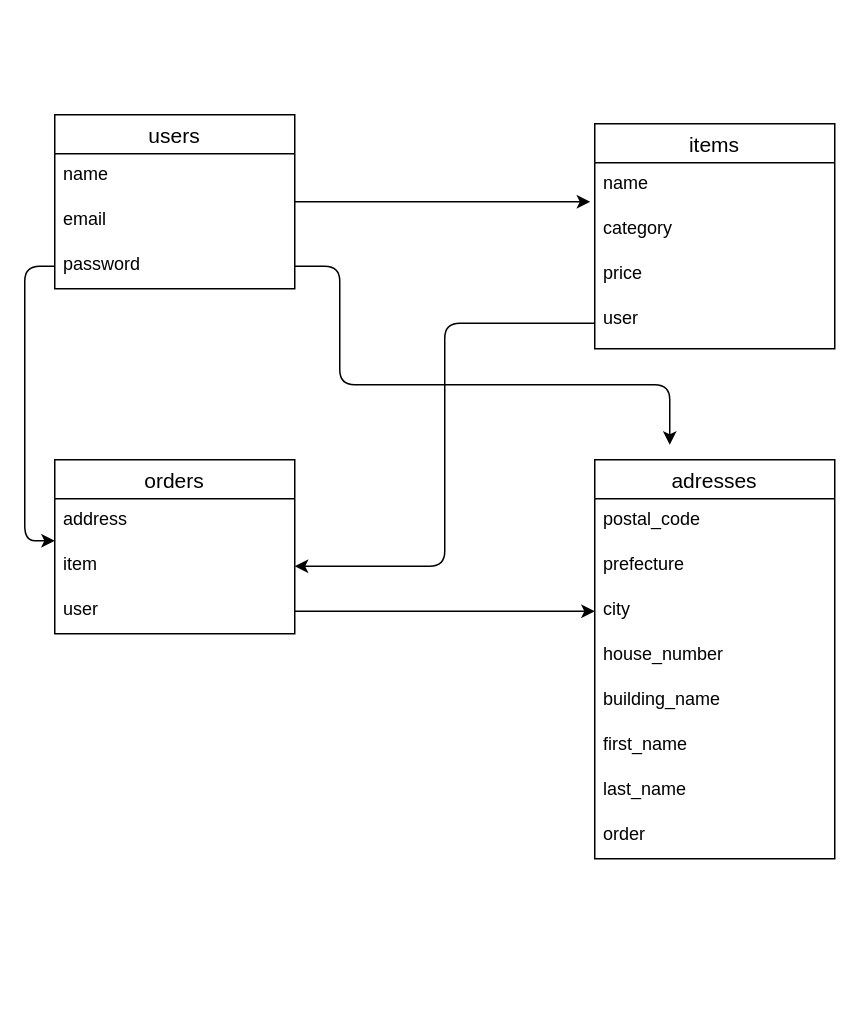
Earlier version of the draw.io diagram furima.dio (wiz-program/furima-39372). Source tidied: cells renumbered, new cells numbered last; positions are measured from the earlier drawing's top-left corner, leaving out a move shared by most shapes. Both pictures are drawn from the tidied source at 150%, with x=0, y=0 at pixel (24, 114).
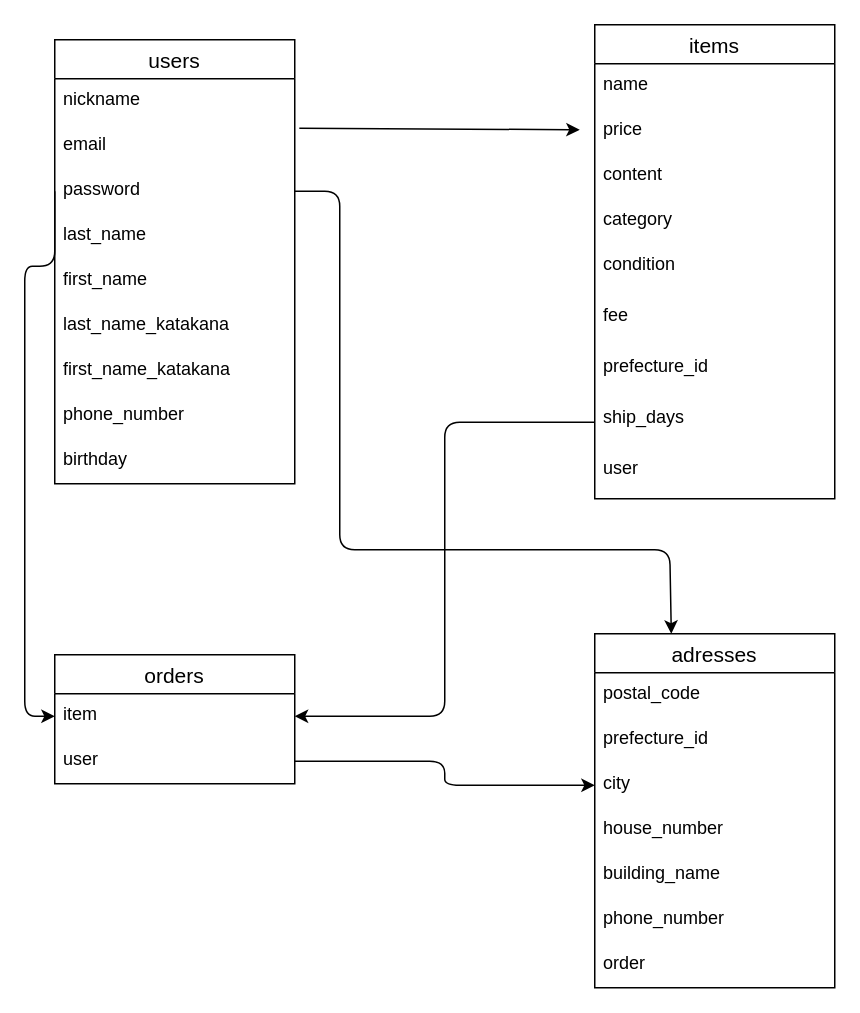
The same page after the edit.

Commit message (it also covers changes not shown here):
データベース設計(修正)

#What
ER図とREADME作成

#Why
データベース設計に誤りがないようにするため

＃GyazoのURL

https://gyazo.com/e273b291c000337dd43e94044e5f1ac3

addressesテーブルの注文履歴がordersから参照で合っているかが不安なので、その部分の添削についての言及もお願いします。

よろしくお願いします

The change refers to these unchanged cells:
```xml
<mxCell id="5" value="email" style="text;strokeColor=none;fillColor=none;spacingLeft=4;spacingRight=4;overflow=hidden;points=[[0,0.5],[1,0.5]];portConstraint=eastwest;fontSize=12;" parent="3" vertex="1">
  <mxGeometry y="56" width="160" height="30" as="geometry" />
</mxCell>
<mxCell id="6" value="password" style="text;strokeColor=none;fillColor=none;spacingLeft=4;spacingRight=4;overflow=hidden;points=[[0,0.5],[1,0.5]];portConstraint=eastwest;fontSize=12;" parent="3" vertex="1">
  <mxGeometry y="86" width="160" height="30" as="geometry" />
</mxCell>
<mxCell id="8" value="name" style="text;strokeColor=none;fillColor=none;spacingLeft=4;spacingRight=4;overflow=hidden;points=[[0,0.5],[1,0.5]];portConstraint=eastwest;fontSize=12;" parent="7" vertex="1">
  <mxGeometry y="26" width="160" height="30" as="geometry" />
</mxCell>
```

Change to the diagram source:
```diff
@@
-    <mxCell id="2" style="edgeStyle=none;html=1;entryX=-0.019;entryY=0.867;entryDx=0;entryDy=0;entryPerimeter=0;" parent="1" edge="1" source="3" target="8">
-      <mxGeometry relative="1" as="geometry" />
+    <mxCell id="2" style="edgeStyle=none;html=1;exitX=1.019;exitY=0.1;exitDx=0;exitDy=0;exitPerimeter=0;" parent="1" edge="1" source="5">
+      <mxGeometry relative="1" as="geometry">
+        <mxPoint x="370" y="10" as="targetPoint" />
+      </mxGeometry>
     </mxCell>
     <mxCell id="3" value="users" style="swimlane;fontStyle=0;horizontal=1;startSize=26;align=center;fontSize=14;" parent="1" vertex="1">
-      <mxGeometry x="20" width="160" height="116" as="geometry" />
+      <mxGeometry x="20" y="-50" width="160" height="296" as="geometry" />
     </mxCell>
-    <mxCell id="4" value="name" style="text;strokeColor=none;fillColor=none;spacingLeft=4;spacingRight=4;overflow=hidden;fontSize=12;" parent="3" vertex="1">
+    <mxCell id="4" value="nickname" style="text;strokeColor=none;fillColor=none;spacingLeft=4;spacingRight=4;overflow=hidden;fontSize=12;" parent="3" vertex="1">
       <mxGeometry y="26" width="160" height="30" as="geometry" />
     </mxCell>
@@
+    <mxCell id="23" value="last_name" style="text;strokeColor=none;fillColor=none;spacingLeft=4;spacingRight=4;overflow=hidden;fontSize=12;" parent="3" vertex="1">
+      <mxGeometry y="116" width="160" height="30" as="geometry" />
+    </mxCell>
+    <mxCell id="22" value="first_name" style="text;strokeColor=none;fillColor=none;spacingLeft=4;spacingRight=4;overflow=hidden;fontSize=12;" parent="3" vertex="1">
+      <mxGeometry y="146" width="160" height="30" as="geometry" />
+    </mxCell>
+    <mxCell id="29" value="last_name_katakana" style="text;strokeColor=none;fillColor=none;spacingLeft=4;spacingRight=4;overflow=hidden;fontSize=12;" parent="3" vertex="1">
+      <mxGeometry y="176" width="160" height="30" as="geometry" />
+    </mxCell>
+    <mxCell id="30" value="first_name_katakana" style="text;strokeColor=none;fillColor=none;spacingLeft=4;spacingRight=4;overflow=hidden;fontSize=12;" parent="3" vertex="1">
+      <mxGeometry y="206" width="160" height="30" as="geometry" />
+    </mxCell>
+    <mxCell id="31" value="phone_number" style="text;strokeColor=none;fillColor=none;spacingLeft=4;spacingRight=4;overflow=hidden;fontSize=12;" parent="3" vertex="1">
+      <mxGeometry y="236" width="160" height="30" as="geometry" />
+    </mxCell>
+    <mxCell id="32" value="birthday" style="text;strokeColor=none;fillColor=none;spacingLeft=4;spacingRight=4;overflow=hidden;fontSize=12;" parent="3" vertex="1">
+      <mxGeometry y="266" width="160" height="30" as="geometry" />
+    </mxCell>
     <mxCell id="7" value="items" style="swimlane;fontStyle=0;horizontal=1;startSize=26;align=center;fontSize=14;" parent="1" vertex="1">
-      <mxGeometry x="380" y="6" width="160" height="150" as="geometry" />
+      <mxGeometry x="380" y="-60" width="160" height="316" as="geometry" />
     </mxCell>
@@
+    <mxCell id="10" value="price" style="text;strokeColor=none;fillColor=none;spacingLeft=4;spacingRight=4;overflow=hidden;fontSize=12;" parent="7" vertex="1">
+      <mxGeometry y="56" width="160" height="30" as="geometry" />
+    </mxCell>
+    <mxCell id="33" value="content" style="text;strokeColor=none;fillColor=none;spacingLeft=4;spacingRight=4;overflow=hidden;fontSize=12;" parent="7" vertex="1">
+      <mxGeometry y="86" width="160" height="30" as="geometry" />
+    </mxCell>
     <mxCell id="9" value="category" style="text;strokeColor=none;fillColor=none;spacingLeft=4;spacingRight=4;overflow=hidden;fontSize=12;" parent="7" vertex="1">
-      <mxGeometry y="56" width="160" height="30" as="geometry" />
+      <mxGeometry y="116" width="160" height="30" as="geometry" />
     </mxCell>
-    <mxCell id="10" value="price" style="text;strokeColor=none;fillColor=none;spacingLeft=4;spacingRight=4;overflow=hidden;fontSize=12;" parent="7" vertex="1">
-      <mxGeometry y="86" width="160" height="30" as="geometry" />
-    </mxCell>
+    <mxCell id="34" value="condition" style="text;strokeColor=none;fillColor=none;spacingLeft=4;spacingRight=4;overflow=hidden;fontSize=12;" parent="7" vertex="1">
+      <mxGeometry y="146" width="160" height="34" as="geometry" />
+    </mxCell>
+    <mxCell id="35" value="fee" style="text;strokeColor=none;fillColor=none;spacingLeft=4;spacingRight=4;overflow=hidden;fontSize=12;" parent="7" vertex="1">
+      <mxGeometry y="180" width="160" height="34" as="geometry" />
+    </mxCell>
+    <mxCell id="36" value="prefecture_id" style="text;strokeColor=none;fillColor=none;spacingLeft=4;spacingRight=4;overflow=hidden;fontSize=12;" parent="7" vertex="1">
+      <mxGeometry y="214" width="160" height="34" as="geometry" />
+    </mxCell>
+    <mxCell id="37" value="ship_days" style="text;strokeColor=none;fillColor=none;spacingLeft=4;spacingRight=4;overflow=hidden;points=[[0,0.5],[1,0.5]];portConstraint=eastwest;fontSize=12;" parent="7" vertex="1">
+      <mxGeometry y="248" width="160" height="34" as="geometry" />
+    </mxCell>
     <mxCell id="11" value="user" style="text;strokeColor=none;fillColor=none;spacingLeft=4;spacingRight=4;overflow=hidden;points=[[0,0.5],[1,0.5]];portConstraint=eastwest;fontSize=12;" parent="7" vertex="1">
-      <mxGeometry y="116" width="160" height="34" as="geometry" />
+      <mxGeometry y="282" width="160" height="34" as="geometry" />
     </mxCell>
     <mxCell id="12" value="orders" style="swimlane;fontStyle=0;horizontal=1;startSize=26;align=center;fontSize=14;" parent="1" vertex="1">
-      <mxGeometry x="20" y="230" width="160" height="116" as="geometry" />
+      <mxGeometry x="20" y="360" width="160" height="86" as="geometry" />
     </mxCell>
-    <mxCell id="13" value="address" style="text;strokeColor=none;fillColor=none;spacingLeft=4;spacingRight=4;overflow=hidden;points=[[0,0.5],[1,0.5]];portConstraint=eastwest;fontSize=12;" parent="12" vertex="1">
-      <mxGeometry y="26" width="160" height="30" as="geometry" />
-    </mxCell>
     <mxCell id="14" value="item" style="text;strokeColor=none;fillColor=none;spacingLeft=4;spacingRight=4;overflow=hidden;points=[[0,0.5],[1,0.5]];portConstraint=eastwest;fontSize=12;" parent="12" vertex="1">
-      <mxGeometry y="56" width="160" height="30" as="geometry" />
+      <mxGeometry y="26" width="160" height="30" as="geometry" />
     </mxCell>
     <mxCell id="15" value="user" style="text;strokeColor=none;fillColor=none;spacingLeft=4;spacingRight=4;overflow=hidden;points=[[0,0.5],[1,0.5]];portConstraint=eastwest;fontSize=12;" parent="12" vertex="1">
-      <mxGeometry y="86" width="160" height="30" as="geometry" />
+      <mxGeometry y="56" width="160" height="30" as="geometry" />
     </mxCell>
     <mxCell id="16" value="adresses" style="swimlane;fontStyle=0;horizontal=1;startSize=26;align=center;fontSize=14;" parent="1" vertex="1">
-      <mxGeometry x="380" y="230" width="160" height="266" as="geometry" />
+      <mxGeometry x="380" y="346" width="160" height="236" as="geometry" />
     </mxCell>
@@
-    <mxCell id="18" value="prefecture" style="text;strokeColor=none;fillColor=none;spacingLeft=4;spacingRight=4;overflow=hidden;fontSize=12;" parent="16" vertex="1">
+    <mxCell id="18" value="prefecture_id" style="text;strokeColor=none;fillColor=none;spacingLeft=4;spacingRight=4;overflow=hidden;fontSize=12;" parent="16" vertex="1">
       <mxGeometry y="56" width="160" height="30" as="geometry" />
     </mxCell>
@@
-    <mxCell id="22" value="first_name" style="text;strokeColor=none;fillColor=none;spacingLeft=4;spacingRight=4;overflow=hidden;fontSize=12;" parent="16" vertex="1">
-      <mxGeometry y="176" width="160" height="30" as="geometry" />
-    </mxCell>
-    <mxCell id="23" value="last_name" style="text;strokeColor=none;fillColor=none;spacingLeft=4;spacingRight=4;overflow=hidden;fontSize=12;" parent="16" vertex="1">
-      <mxGeometry y="206" width="160" height="30" as="geometry" />
-    </mxCell>
+    <mxCell id="38" value="phone_number" style="text;strokeColor=none;fillColor=none;spacingLeft=4;spacingRight=4;overflow=hidden;fontSize=12;" parent="16" vertex="1">
+      <mxGeometry y="176" width="160" height="30" as="geometry" />
+    </mxCell>
     <mxCell id="24" value="order" style="text;strokeColor=none;fillColor=none;spacingLeft=4;spacingRight=4;overflow=hidden;fontSize=12;" parent="16" vertex="1">
-      <mxGeometry y="236" width="160" height="30" as="geometry" />
+      <mxGeometry y="206" width="160" height="30" as="geometry" />
     </mxCell>
-    <mxCell id="25" style="edgeStyle=orthogonalEdgeStyle;html=1;exitX=0;exitY=0.5;exitDx=0;exitDy=0;entryX=0;entryY=0.933;entryDx=0;entryDy=0;entryPerimeter=0;" parent="1" edge="1" source="6" target="13">
+    <mxCell id="25" style="edgeStyle=orthogonalEdgeStyle;html=1;exitX=0;exitY=0.5;exitDx=0;exitDy=0;entryX=0;entryY=0.5;entryDx=0;entryDy=0;" parent="1" edge="1" source="6" target="14">
       <mxGeometry relative="1" as="geometry">
         <Array as="points">
+          <mxPoint x="20" y="101" />
           <mxPoint y="101" />
-          <mxPoint y="284" />
+          <mxPoint y="401" />
         </Array>
       </mxGeometry>
     </mxCell>
-    <mxCell id="26" style="edgeStyle=orthogonalEdgeStyle;html=1;exitX=1;exitY=0.5;exitDx=0;exitDy=0;" parent="1" edge="1" source="6">
+    <mxCell id="26" style="edgeStyle=orthogonalEdgeStyle;html=1;exitX=1;exitY=0.5;exitDx=0;exitDy=0;entryX=0.319;entryY=0;entryDx=0;entryDy=0;entryPerimeter=0;" parent="1" edge="1" source="6" target="16">
       <mxGeometry relative="1" as="geometry">
-        <mxPoint x="430" y="220" as="targetPoint" />
         <Array as="points">
-          <mxPoint x="210" y="101" />
-          <mxPoint x="210" y="180" />
-          <mxPoint x="430" y="180" />
+          <mxPoint x="210" y="51" />
+          <mxPoint x="210" y="290" />
+          <mxPoint x="430" y="290" />
         </Array>
       </mxGeometry>
     </mxCell>
-    <mxCell id="27" style="edgeStyle=orthogonalEdgeStyle;html=1;exitX=0;exitY=0.5;exitDx=0;exitDy=0;strokeColor=default;" parent="1" edge="1" source="11" target="14">
+    <mxCell id="27" style="edgeStyle=orthogonalEdgeStyle;html=1;exitX=0;exitY=0.5;exitDx=0;exitDy=0;strokeColor=default;" parent="1" edge="1" source="37" target="14">
       <mxGeometry relative="1" as="geometry" />
     </mxCell>
```
